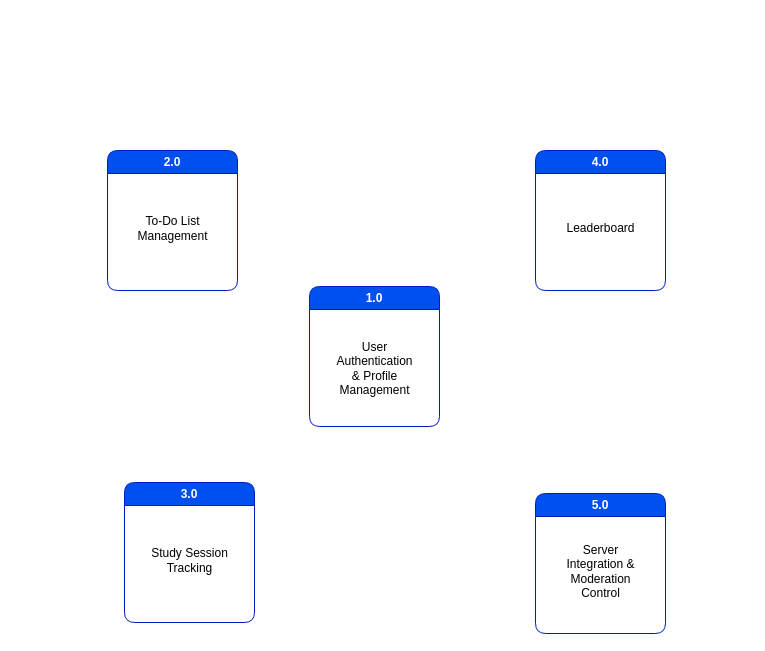
The draw.io diagram page "Level 0" (2 of 2) of Proactify Context Diagram.drawio in gordonn/proactify-study, before the edit. Source tidied: cells renumbered, new cells numbered last; positions are measured from the earlier drawing's top-left corner, leaving out a move shared by most shapes. Both pictures are drawn from the tidied source at 100%, with x=0, y=0 at pixel (107, 150).
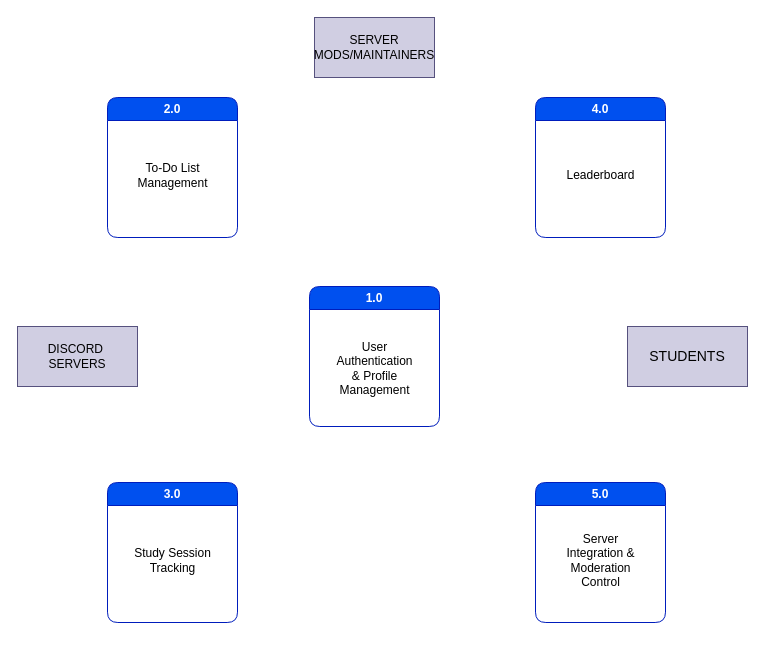
The same page after the edit.

Change to the diagram source:
```diff
@@
 <mxGraphModel>
   <root>
     <mxCell id="0" />
     <mxCell id="1" parent="0" />
     <mxCell id="2" value="&lt;div&gt;1.0&lt;/div&gt;" style="swimlane;whiteSpace=wrap;html=1;rounded=1;fillColor=#0050ef;strokeColor=#001DBC;fontColor=#ffffff;" parent="1" vertex="1">
       <mxGeometry x="202" y="136" width="130" height="140" as="geometry" />
     </mxCell>
     <mxCell id="3" value="User Authentication &amp;amp; Profile Management" style="text;html=1;whiteSpace=wrap;strokeColor=none;fillColor=none;align=center;verticalAlign=middle;rounded=0;" parent="2" vertex="1">
       <mxGeometry x="22.5" y="52" width="85" height="59" as="geometry" />
     </mxCell>
     <mxCell id="4" value="&lt;div&gt;2.0&lt;/div&gt;" style="swimlane;whiteSpace=wrap;html=1;rounded=1;fillColor=light-dark(#0050EF,#FF6666);strokeColor=light-dark(#001DBC,#FF6666);fontColor=#ffffff;" parent="1" vertex="1">
-      <mxGeometry width="130" height="140" as="geometry" />
+      <mxGeometry y="-53" width="130" height="140" as="geometry" />
     </mxCell>
     <mxCell id="5" value="To-Do List Management" style="text;html=1;whiteSpace=wrap;strokeColor=none;fillColor=none;align=center;verticalAlign=middle;rounded=0;" parent="4" vertex="1">
       <mxGeometry x="22.5" y="48" width="85" height="59" as="geometry" />
     </mxCell>
     <mxCell id="6" value="&lt;div&gt;3.0&lt;/div&gt;" style="swimlane;whiteSpace=wrap;html=1;rounded=1;fillColor=light-dark(#0050EF,#99FF99);strokeColor=light-dark(#001DBC,#99FF99);fontColor=#ffffff;startSize=23;" parent="1" vertex="1">
-      <mxGeometry x="17" y="332" width="130" height="140" as="geometry" />
+      <mxGeometry y="332" width="130" height="140" as="geometry" />
     </mxCell>
     <mxCell id="7" value="Study Session Tracking" style="text;html=1;whiteSpace=wrap;strokeColor=none;fillColor=none;align=center;verticalAlign=middle;rounded=0;" parent="6" vertex="1">
       <mxGeometry x="22.5" y="48" width="85" height="59" as="geometry" />
     </mxCell>
     <mxCell id="8" value="&lt;div&gt;4.0&lt;/div&gt;" style="swimlane;whiteSpace=wrap;html=1;rounded=1;fillColor=light-dark(#0050EF,#CC99FF);strokeColor=light-dark(#001DBC,#CC99FF);fontColor=#ffffff;startSize=23;" parent="1" vertex="1">
-      <mxGeometry x="428" width="130" height="140" as="geometry" />
+      <mxGeometry x="428" y="-53" width="130" height="140" as="geometry" />
     </mxCell>
     <mxCell id="9" value="Leaderboard" style="text;html=1;whiteSpace=wrap;strokeColor=none;fillColor=none;align=center;verticalAlign=middle;rounded=0;" parent="8" vertex="1">
       <mxGeometry x="22.5" y="48" width="85" height="59" as="geometry" />
     </mxCell>
     <mxCell id="10" value="&lt;div&gt;5.0&lt;/div&gt;" style="swimlane;whiteSpace=wrap;html=1;rounded=1;fillColor=light-dark(#0050EF,#FFFF99);strokeColor=light-dark(#001DBC,#FFFF99);fontColor=#ffffff;startSize=23;" parent="1" vertex="1">
-      <mxGeometry x="428" y="343" width="130" height="140" as="geometry" />
+      <mxGeometry x="428" y="332" width="130" height="140" as="geometry" />
     </mxCell>
     <mxCell id="11" value="Server Integration &amp;amp; Moderation Control" style="text;html=1;whiteSpace=wrap;strokeColor=none;fillColor=none;align=center;verticalAlign=middle;rounded=0;" parent="10" vertex="1">
       <mxGeometry x="22.5" y="48" width="85" height="59" as="geometry" />
     </mxCell>
+    <mxCell id="12" value="&lt;font style=&quot;font-size: 14px;&quot;&gt;STUDENTS&lt;/font&gt;" style="rounded=0;whiteSpace=wrap;html=1;fillColor=#d0cee2;strokeColor=#56517e;" parent="1" vertex="1">
+      <mxGeometry x="520" y="176" width="120" height="60" as="geometry" />
+    </mxCell>
+    <mxCell id="13" value="SERVER MODS/MAINTAINERS" style="rounded=0;whiteSpace=wrap;html=1;fillColor=#d0cee2;strokeColor=#56517e;" parent="1" vertex="1">
+      <mxGeometry x="207" y="-133" width="120" height="60" as="geometry" />
+    </mxCell>
+    <mxCell id="14" value="&lt;div&gt;DISCORD&amp;nbsp;&lt;/div&gt;&lt;div&gt;SERVERS&lt;/div&gt;" style="rounded=0;whiteSpace=wrap;html=1;fillColor=#d0cee2;strokeColor=#56517e;" parent="1" vertex="1">
+      <mxGeometry x="-90" y="176" width="120" height="60" as="geometry" />
+    </mxCell>
   </root>
 </mxGraphModel>
```
